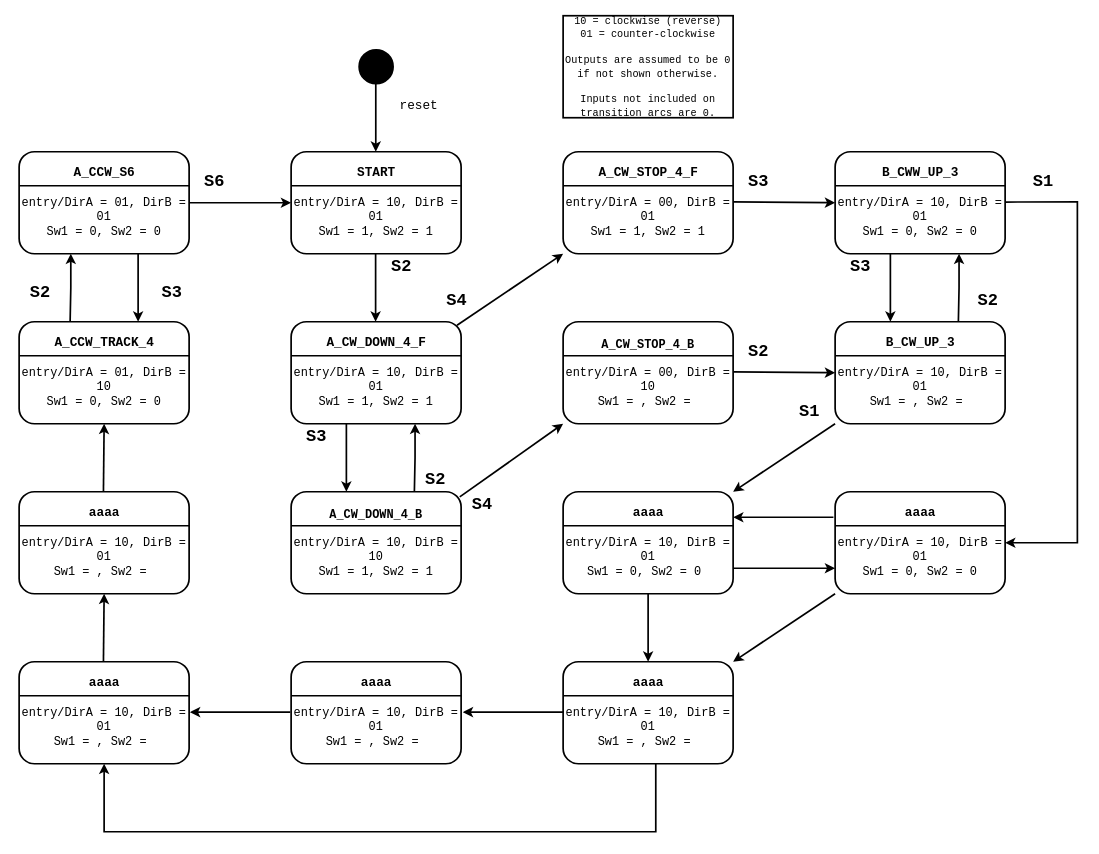
Before: page "Lab6PreLab" (4 of 4) of CS1301/Untitled Diagram.drawio in printjoshhere/CS1301, a draw.io diagram. Source tidied: cells renumbered, new cells numbered last; positions are measured from the earlier drawing's top-left corner, leaving out a move shared by most shapes. Both pictures are drawn from the tidied source at 85%, with x=0, y=0 at pixel (14, 15).
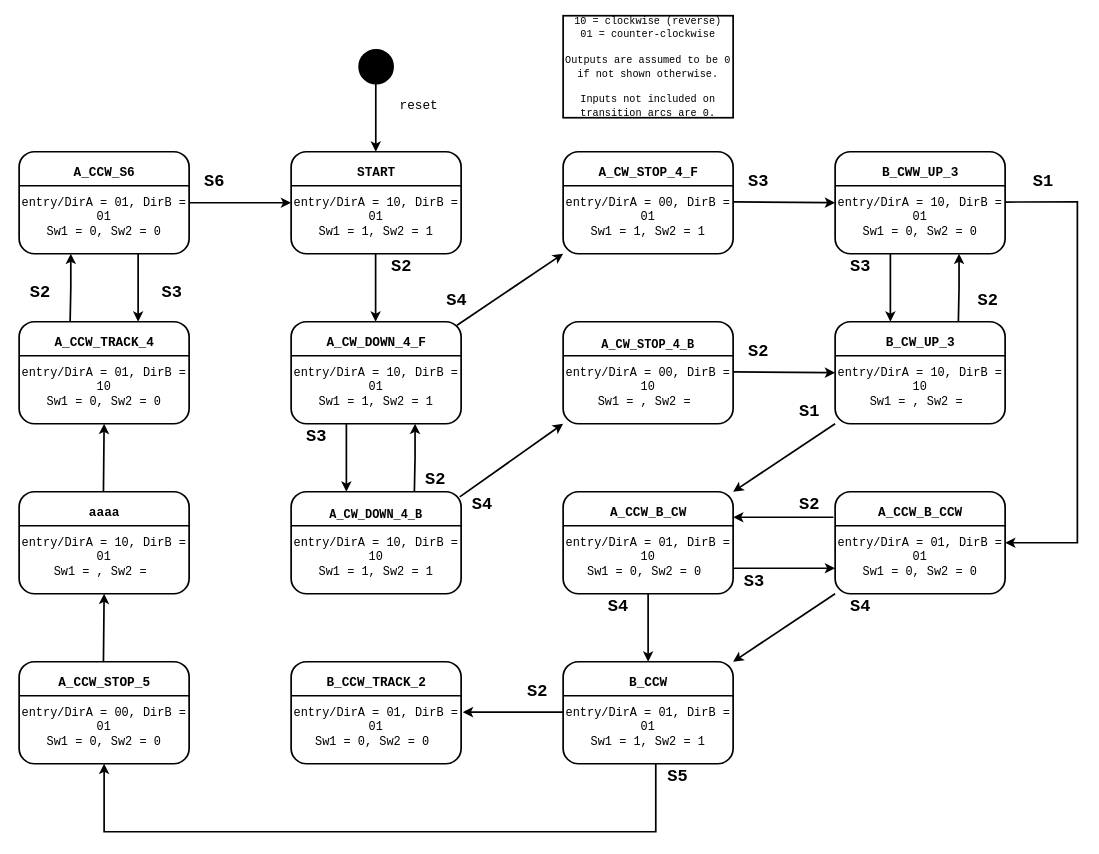
Above is the later version.

Change to the diagram source:
```diff
@@
-    <mxCell id="18" value="&lt;font style=&quot;font-size: 14px;&quot; face=&quot;consolas&quot;&gt;&lt;br&gt;&lt;br&gt;&lt;br&gt;&lt;font style=&quot;font-size: 14px;&quot;&gt;entry/DirA = 10, DirB = 01&lt;/font&gt;&lt;br&gt;&lt;font style=&quot;font-size: 14px;&quot;&gt;Sw1 = 0, Sw2 = 0&amp;nbsp;&lt;/font&gt;&lt;br&gt;&lt;span style=&quot;&quot;&gt;&amp;nbsp;&lt;/span&gt;&lt;/font&gt;" style="rounded=1;whiteSpace=wrap;html=1;strokeWidth=2;" parent="1" vertex="1">
+    <mxCell id="18" value="&lt;font style=&quot;font-size: 14px;&quot; face=&quot;consolas&quot;&gt;&lt;br&gt;&lt;br&gt;&lt;br&gt;&lt;font style=&quot;font-size: 14px;&quot;&gt;entry/DirA = 01, DirB = 10&lt;/font&gt;&lt;br&gt;&lt;font style=&quot;font-size: 14px;&quot;&gt;Sw1 = 0, Sw2 = 0&amp;nbsp;&lt;/font&gt;&lt;br&gt;&lt;span style=&quot;&quot;&gt;&amp;nbsp;&lt;/span&gt;&lt;/font&gt;" style="rounded=1;whiteSpace=wrap;html=1;strokeWidth=2;" parent="1" vertex="1">
       <mxGeometry x="645" y="560" width="200" height="120" as="geometry" />
     </mxCell>
@@
-    <mxCell id="20" value="&lt;font size=&quot;1&quot; face=&quot;consolas&quot;&gt;&lt;b style=&quot;font-size: 15px;&quot;&gt;aaaa&lt;/b&gt;&lt;/font&gt;" style="text;html=1;align=center;verticalAlign=middle;strokeColor=none;fillColor=none;fontSize=14;" parent="1" vertex="1">
-      <mxGeometry x="715" y="570" width="60" height="30" as="geometry" />
+    <mxCell id="20" value="&lt;font face=&quot;consolas&quot;&gt;&lt;span style=&quot;font-size: 15px;&quot;&gt;&lt;b&gt;A_CCW_B_CW&lt;/b&gt;&lt;/span&gt;&lt;/font&gt;" style="text;html=1;align=center;verticalAlign=middle;strokeColor=none;fillColor=none;fontSize=14;" parent="1" vertex="1">
+      <mxGeometry x="690" y="570" width="110" height="30" as="geometry" />
     </mxCell>
@@
-    <mxCell id="24" value="&lt;font style=&quot;font-size: 14px;&quot; face=&quot;consolas&quot;&gt;&lt;br&gt;&lt;br&gt;&lt;br&gt;&lt;font style=&quot;font-size: 14px;&quot;&gt;entry/DirA = 10, DirB = 01&lt;/font&gt;&lt;br&gt;&lt;font style=&quot;font-size: 14px;&quot;&gt;Sw1 = , Sw2 =&amp;nbsp;&lt;/font&gt;&lt;br&gt;&lt;span style=&quot;&quot;&gt;&amp;nbsp;&lt;/span&gt;&lt;/font&gt;" style="rounded=1;whiteSpace=wrap;html=1;strokeWidth=2;" parent="1" vertex="1">
+    <mxCell id="24" value="&lt;font style=&quot;font-size: 14px;&quot; face=&quot;consolas&quot;&gt;&lt;br&gt;&lt;br&gt;&lt;br&gt;&lt;font style=&quot;font-size: 14px;&quot;&gt;entry/DirA = 01, DirB = 01&lt;/font&gt;&lt;br&gt;&lt;font style=&quot;font-size: 14px;&quot;&gt;Sw1 = 0, Sw2 = 0&amp;nbsp;&lt;/font&gt;&lt;br&gt;&lt;span style=&quot;&quot;&gt;&amp;nbsp;&lt;/span&gt;&lt;/font&gt;" style="rounded=1;whiteSpace=wrap;html=1;strokeWidth=2;" parent="1" vertex="1">
       <mxGeometry x="325" y="760" width="200" height="120" as="geometry" />
     </mxCell>
@@
-    <mxCell id="26" value="&lt;font size=&quot;1&quot; face=&quot;consolas&quot;&gt;&lt;b style=&quot;font-size: 15px;&quot;&gt;aaaa&lt;/b&gt;&lt;/font&gt;" style="text;html=1;align=center;verticalAlign=middle;strokeColor=none;fillColor=none;fontSize=14;" parent="1" vertex="1">
-      <mxGeometry x="395" y="770" width="60" height="30" as="geometry" />
+    <mxCell id="26" value="&lt;font size=&quot;1&quot; face=&quot;consolas&quot;&gt;&lt;b style=&quot;font-size: 15px;&quot;&gt;B_CCW_TRACK_2&lt;/b&gt;&lt;/font&gt;" style="text;html=1;align=center;verticalAlign=middle;strokeColor=none;fillColor=none;fontSize=14;" parent="1" vertex="1">
+      <mxGeometry x="360" y="770" width="130" height="30" as="geometry" />
     </mxCell>
-    <mxCell id="27" value="&lt;font style=&quot;font-size: 14px;&quot; face=&quot;consolas&quot;&gt;&lt;br&gt;&lt;br&gt;&lt;br&gt;&lt;font style=&quot;font-size: 14px;&quot;&gt;entry/DirA = 10, DirB = 01&lt;/font&gt;&lt;br&gt;&lt;font style=&quot;font-size: 14px;&quot;&gt;Sw1 = , Sw2 =&amp;nbsp;&lt;/font&gt;&lt;br&gt;&lt;span style=&quot;&quot;&gt;&amp;nbsp;&lt;/span&gt;&lt;/font&gt;" style="rounded=1;whiteSpace=wrap;html=1;strokeWidth=2;" parent="1" vertex="1">
+    <mxCell id="27" value="&lt;font style=&quot;font-size: 14px;&quot; face=&quot;consolas&quot;&gt;&lt;br&gt;&lt;br&gt;&lt;br&gt;&lt;font style=&quot;font-size: 14px;&quot;&gt;entry/DirA = 01, DirB = 01&lt;/font&gt;&lt;br&gt;&lt;font style=&quot;font-size: 14px;&quot;&gt;Sw1 = 1, Sw2 = 1&lt;/font&gt;&lt;br&gt;&lt;span style=&quot;&quot;&gt;&amp;nbsp;&lt;/span&gt;&lt;/font&gt;" style="rounded=1;whiteSpace=wrap;html=1;strokeWidth=2;" parent="1" vertex="1">
       <mxGeometry x="645" y="760" width="200" height="120" as="geometry" />
     </mxCell>
@@
-    <mxCell id="29" value="&lt;font size=&quot;1&quot; face=&quot;consolas&quot;&gt;&lt;b style=&quot;font-size: 15px;&quot;&gt;aaaa&lt;/b&gt;&lt;/font&gt;" style="text;html=1;align=center;verticalAlign=middle;strokeColor=none;fillColor=none;fontSize=14;" parent="1" vertex="1">
+    <mxCell id="29" value="&lt;font size=&quot;1&quot; face=&quot;consolas&quot;&gt;&lt;b style=&quot;font-size: 15px;&quot;&gt;B_CCW&lt;/b&gt;&lt;/font&gt;" style="text;html=1;align=center;verticalAlign=middle;strokeColor=none;fillColor=none;fontSize=14;" parent="1" vertex="1">
       <mxGeometry x="715" y="770" width="60" height="30" as="geometry" />
     </mxCell>
-    <mxCell id="30" value="&lt;font style=&quot;font-size: 14px;&quot; face=&quot;consolas&quot;&gt;&lt;br&gt;&lt;br&gt;&lt;br&gt;&lt;font style=&quot;font-size: 14px;&quot;&gt;entry/DirA = 10, DirB = 01&lt;/font&gt;&lt;br&gt;&lt;font style=&quot;font-size: 14px;&quot;&gt;Sw1 = , Sw2 =&amp;nbsp;&lt;/font&gt;&lt;br&gt;&lt;span style=&quot;&quot;&gt;&amp;nbsp;&lt;/span&gt;&lt;/font&gt;" style="rounded=1;whiteSpace=wrap;html=1;strokeWidth=2;" parent="1" vertex="1">
+    <mxCell id="30" value="&lt;font style=&quot;font-size: 14px;&quot; face=&quot;consolas&quot;&gt;&lt;br&gt;&lt;br&gt;&lt;br&gt;&lt;font style=&quot;font-size: 14px;&quot;&gt;entry/DirA = 00, DirB = 01&lt;/font&gt;&lt;br&gt;&lt;font style=&quot;font-size: 14px;&quot;&gt;Sw1 = 0, Sw2 = 0&lt;/font&gt;&lt;br&gt;&lt;span style=&quot;&quot;&gt;&amp;nbsp;&lt;/span&gt;&lt;/font&gt;" style="rounded=1;whiteSpace=wrap;html=1;strokeWidth=2;" parent="1" vertex="1">
       <mxGeometry x="5" y="760" width="200" height="120" as="geometry" />
     </mxCell>
@@
-    <mxCell id="32" value="&lt;font size=&quot;1&quot; face=&quot;consolas&quot;&gt;&lt;b style=&quot;font-size: 15px;&quot;&gt;aaaa&lt;/b&gt;&lt;/font&gt;" style="text;html=1;align=center;verticalAlign=middle;strokeColor=none;fillColor=none;fontSize=14;" parent="1" vertex="1">
-      <mxGeometry x="75" y="770" width="60" height="30" as="geometry" />
+    <mxCell id="32" value="&lt;font size=&quot;1&quot; face=&quot;consolas&quot;&gt;&lt;b style=&quot;font-size: 15px;&quot;&gt;A_CCW_STOP_5&lt;/b&gt;&lt;/font&gt;" style="text;html=1;align=center;verticalAlign=middle;strokeColor=none;fillColor=none;fontSize=14;" parent="1" vertex="1">
+      <mxGeometry x="45" y="770" width="120" height="30" as="geometry" />
     </mxCell>
@@
-    <mxCell id="49" style="endArrow=classic;html=1;rounded=0;strokeWidth=2;fontSize=15;entryX=1;entryY=0.5;entryDx=0;entryDy=0;" parent="1" edge="1">
-      <mxGeometry relative="1" as="geometry">
-        <mxPoint x="324" y="819.3" as="sourcePoint" />
-        <mxPoint x="206" y="819.3" as="targetPoint" />
-      </mxGeometry>
-    </mxCell>
@@
-    <mxCell id="51" value="&lt;font style=&quot;font-size: 14px;&quot; face=&quot;consolas&quot;&gt;&lt;br&gt;&lt;br&gt;&lt;br&gt;&lt;font style=&quot;font-size: 14px;&quot;&gt;entry/DirA = 10, DirB = 01&lt;/font&gt;&lt;br&gt;&lt;font style=&quot;font-size: 14px;&quot;&gt;Sw1 = , Sw2 =&amp;nbsp;&lt;/font&gt;&lt;br&gt;&lt;span style=&quot;&quot;&gt;&amp;nbsp;&lt;/span&gt;&lt;/font&gt;" style="rounded=1;whiteSpace=wrap;html=1;strokeWidth=2;" parent="1" vertex="1">
+    <mxCell id="51" value="&lt;font style=&quot;font-size: 14px;&quot; face=&quot;consolas&quot;&gt;&lt;br&gt;&lt;br&gt;&lt;br&gt;&lt;font style=&quot;font-size: 14px;&quot;&gt;entry/DirA = 10, DirB = 10&lt;/font&gt;&lt;br&gt;&lt;font style=&quot;font-size: 14px;&quot;&gt;Sw1 = , Sw2 =&amp;nbsp;&lt;/font&gt;&lt;br&gt;&lt;span style=&quot;&quot;&gt;&amp;nbsp;&lt;/span&gt;&lt;/font&gt;" style="rounded=1;whiteSpace=wrap;html=1;strokeWidth=2;" parent="1" vertex="1">
       <mxGeometry x="965" y="360" width="200" height="120" as="geometry" />
     </mxCell>
@@
-    <mxCell id="57" value="&lt;font style=&quot;font-size: 14px;&quot; face=&quot;consolas&quot;&gt;&lt;br&gt;&lt;br&gt;&lt;br&gt;&lt;font style=&quot;font-size: 14px;&quot;&gt;entry/DirA = 10, DirB = 01&lt;/font&gt;&lt;br&gt;&lt;font style=&quot;font-size: 14px;&quot;&gt;Sw1 = 0, Sw2 = 0&lt;/font&gt;&lt;br&gt;&lt;span style=&quot;&quot;&gt;&amp;nbsp;&lt;/span&gt;&lt;/font&gt;" style="rounded=1;whiteSpace=wrap;html=1;strokeWidth=2;" parent="1" vertex="1">
+    <mxCell id="57" value="&lt;font style=&quot;font-size: 14px;&quot; face=&quot;consolas&quot;&gt;&lt;br&gt;&lt;br&gt;&lt;br&gt;&lt;font style=&quot;font-size: 14px;&quot;&gt;entry/DirA = 01, DirB = 01&lt;/font&gt;&lt;br&gt;&lt;font style=&quot;font-size: 14px;&quot;&gt;Sw1 = 0, Sw2 = 0&lt;/font&gt;&lt;br&gt;&lt;span style=&quot;&quot;&gt;&amp;nbsp;&lt;/span&gt;&lt;/font&gt;" style="rounded=1;whiteSpace=wrap;html=1;strokeWidth=2;" parent="1" vertex="1">
       <mxGeometry x="965" y="560" width="200" height="120" as="geometry" />
     </mxCell>
@@
-    <mxCell id="59" value="&lt;font size=&quot;1&quot; face=&quot;consolas&quot;&gt;&lt;b style=&quot;font-size: 15px;&quot;&gt;aaaa&lt;/b&gt;&lt;/font&gt;" style="text;html=1;align=center;verticalAlign=middle;strokeColor=none;fillColor=none;fontSize=14;" parent="1" vertex="1">
-      <mxGeometry x="1035" y="570" width="60" height="30" as="geometry" />
+    <mxCell id="59" value="&lt;font size=&quot;1&quot; face=&quot;consolas&quot;&gt;&lt;b style=&quot;font-size: 15px;&quot;&gt;A_CCW_B_CCW&lt;/b&gt;&lt;/font&gt;" style="text;html=1;align=center;verticalAlign=middle;strokeColor=none;fillColor=none;fontSize=14;" parent="1" vertex="1">
+      <mxGeometry x="1010" y="570" width="110" height="30" as="geometry" />
     </mxCell>
@@
+    <mxCell id="87" value="&lt;font style=&quot;font-size: 20px;&quot; face=&quot;consolas&quot;&gt;&lt;b&gt;S2&lt;/b&gt;&lt;/font&gt;" style="text;html=1;strokeColor=none;fillColor=none;align=center;verticalAlign=middle;whiteSpace=wrap;rounded=0;" parent="1" vertex="1">
+      <mxGeometry x="905" y="560" width="60" height="30" as="geometry" />
+    </mxCell>
+    <mxCell id="88" value="&lt;font style=&quot;font-size: 20px;&quot; face=&quot;consolas&quot;&gt;&lt;b&gt;S3&lt;/b&gt;&lt;/font&gt;" style="text;html=1;strokeColor=none;fillColor=none;align=center;verticalAlign=middle;whiteSpace=wrap;rounded=0;" parent="1" vertex="1">
+      <mxGeometry x="840" y="650" width="60" height="30" as="geometry" />
+    </mxCell>
+    <mxCell id="89" value="&lt;font style=&quot;font-size: 20px;&quot; face=&quot;consolas&quot;&gt;&lt;b&gt;S4&lt;/b&gt;&lt;/font&gt;" style="text;html=1;strokeColor=none;fillColor=none;align=center;verticalAlign=middle;whiteSpace=wrap;rounded=0;" parent="1" vertex="1">
+      <mxGeometry x="965" y="680" width="60" height="30" as="geometry" />
+    </mxCell>
+    <mxCell id="90" value="&lt;font style=&quot;font-size: 20px;&quot; face=&quot;consolas&quot;&gt;&lt;b&gt;S4&lt;/b&gt;&lt;/font&gt;" style="text;html=1;strokeColor=none;fillColor=none;align=center;verticalAlign=middle;whiteSpace=wrap;rounded=0;" parent="1" vertex="1">
+      <mxGeometry x="680" y="680" width="60" height="30" as="geometry" />
+    </mxCell>
+    <mxCell id="91" value="&lt;font style=&quot;font-size: 20px;&quot; face=&quot;consolas&quot;&gt;&lt;b&gt;S2&lt;/b&gt;&lt;/font&gt;" style="text;html=1;strokeColor=none;fillColor=none;align=center;verticalAlign=middle;whiteSpace=wrap;rounded=0;" parent="1" vertex="1">
+      <mxGeometry x="585" y="780" width="60" height="30" as="geometry" />
+    </mxCell>
+    <mxCell id="92" value="&lt;font style=&quot;font-size: 20px;&quot; face=&quot;consolas&quot;&gt;&lt;b&gt;S5&lt;/b&gt;&lt;/font&gt;" style="text;html=1;strokeColor=none;fillColor=none;align=center;verticalAlign=middle;whiteSpace=wrap;rounded=0;" parent="1" vertex="1">
+      <mxGeometry x="750" y="880" width="60" height="30" as="geometry" />
+    </mxCell>
```
